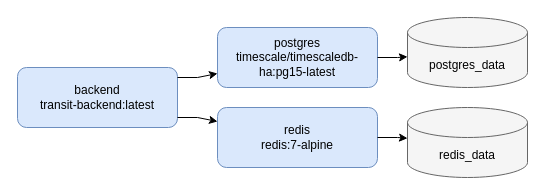
Above: docs/diagrams/container-view.drawio in pratyushsinha05/transit (draw.io), before the change. Source tidied: cells renumbered, new cells numbered last; positions are measured from the earlier drawing's top-left corner, leaving out a move shared by most shapes. Both pictures are drawn from the tidied source at 100%, with x=0, y=0 at pixel (17, 17).
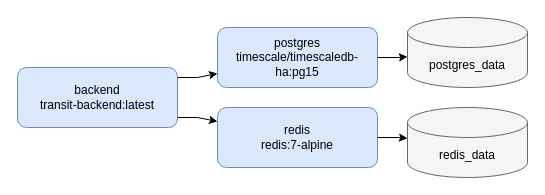
The same page after the edit.

Commit message (it also covers changes not shown here):
feat(infra): update postgres image to multi-arch timescale/timescaledb-ha:pg15

The edit, as a diff of the source:
```diff
@@
 <mxGraphModel>
   <root>
     <mxCell id="0" />
     <mxCell id="1" parent="0" />
-    <mxCell id="2" value="postgres&#10;timescale/timescaledb-ha:pg15-latest" style="rounded=1;whiteSpace=wrap;html=1;fillColor=#dae8fc;strokeColor=#6c8ebf;" parent="1" vertex="1">
+    <mxCell id="2" value="postgres&#10;timescale/timescaledb-ha:pg15" style="rounded=1;whiteSpace=wrap;html=1;fillColor=#dae8fc;strokeColor=#6c8ebf;" parent="1" vertex="1">
       <mxGeometry x="200" y="10" width="160" height="60" as="geometry" />
     </mxCell>
     <mxCell id="3" value="redis&#10;redis:7-alpine" style="rounded=1;whiteSpace=wrap;html=1;fillColor=#dae8fc;strokeColor=#6c8ebf;" parent="1" vertex="1">
       <mxGeometry x="200" y="90" width="160" height="60" as="geometry" />
     </mxCell>
     <mxCell id="4" value="backend&#10;transit-backend:latest" style="rounded=1;whiteSpace=wrap;html=1;fillColor=#dae8fc;strokeColor=#6c8ebf;" parent="1" vertex="1">
       <mxGeometry y="50" width="160" height="60" as="geometry" />
     </mxCell>
     <mxCell id="5" value="postgres_data" style="shape=cylinder3;whiteSpace=wrap;html=1;boundedLbl=1;size=15;fillColor=#f5f5f5;strokeColor=#666666;" parent="1" vertex="1">
       <mxGeometry x="390" width="120" height="70" as="geometry" />
     </mxCell>
     <mxCell id="6" value="redis_data" style="shape=cylinder3;whiteSpace=wrap;html=1;boundedLbl=1;size=15;fillColor=#f5f5f5;strokeColor=#666666;" parent="1" vertex="1">
       <mxGeometry x="390" y="90" width="120" height="70" as="geometry" />
     </mxCell>
     <mxCell id="7" style="html=1;rounded=0;" parent="1" edge="1" source="4" target="2">
       <mxGeometry relative="1" as="geometry">
         <Array as="points">
           <mxPoint x="160" y="60" />
           <mxPoint x="180" y="60" />
         </Array>
       </mxGeometry>
     </mxCell>
     <mxCell id="8" style="html=1;rounded=0;" parent="1" edge="1" source="4" target="3">
       <mxGeometry relative="1" as="geometry">
         <Array as="points">
           <mxPoint x="160" y="100" />
           <mxPoint x="180" y="100" />
         </Array>
       </mxGeometry>
     </mxCell>
     <mxCell id="9" style="html=1;rounded=0;" parent="1" edge="1" source="2" target="5">
       <mxGeometry relative="1" as="geometry">
         <Array as="points">
           <mxPoint x="360" y="40" />
           <mxPoint x="380" y="40" />
         </Array>
       </mxGeometry>
     </mxCell>
     <mxCell id="10" style="html=1;rounded=0;" parent="1" edge="1" source="3" target="6">
       <mxGeometry relative="1" as="geometry">
         <Array as="points">
           <mxPoint x="360" y="120" />
           <mxPoint x="380" y="120" />
         </Array>
       </mxGeometry>
     </mxCell>
   </root>
 </mxGraphModel>
```
